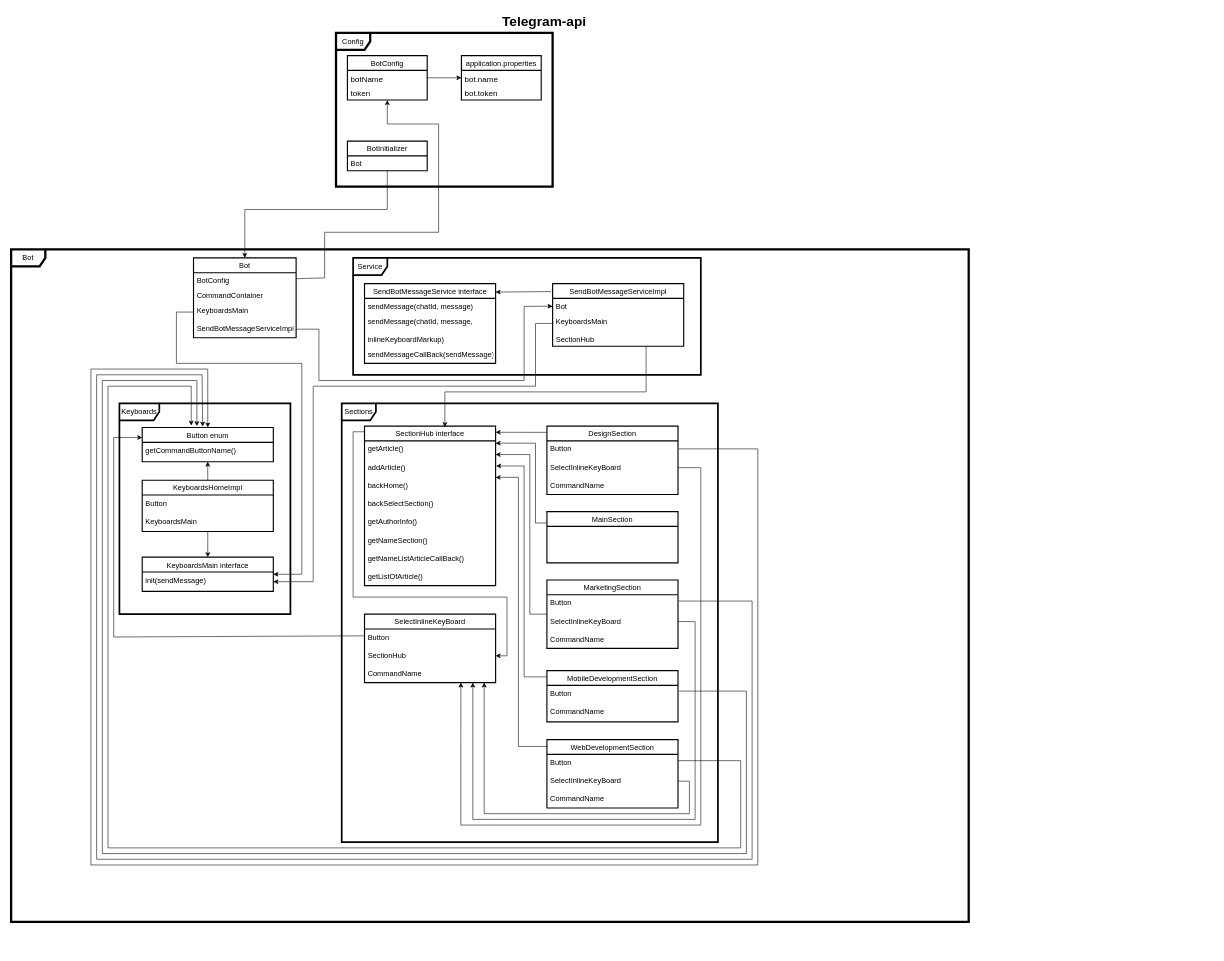
This is page "Telegram-Api Diagram" (2 of 2) of TeamDevelopmentDiagram.drawio from AlexeySapunov/DocTeamDev, a draw.io file, before an edit. Source tidied: cells renumbered, new cells numbered last; positions are measured from the earlier drawing's top-left corner, leaving out a move shared by most shapes. Both pictures are drawn from the tidied source at 57%, with x=0, y=0 at pixel (11, 10).
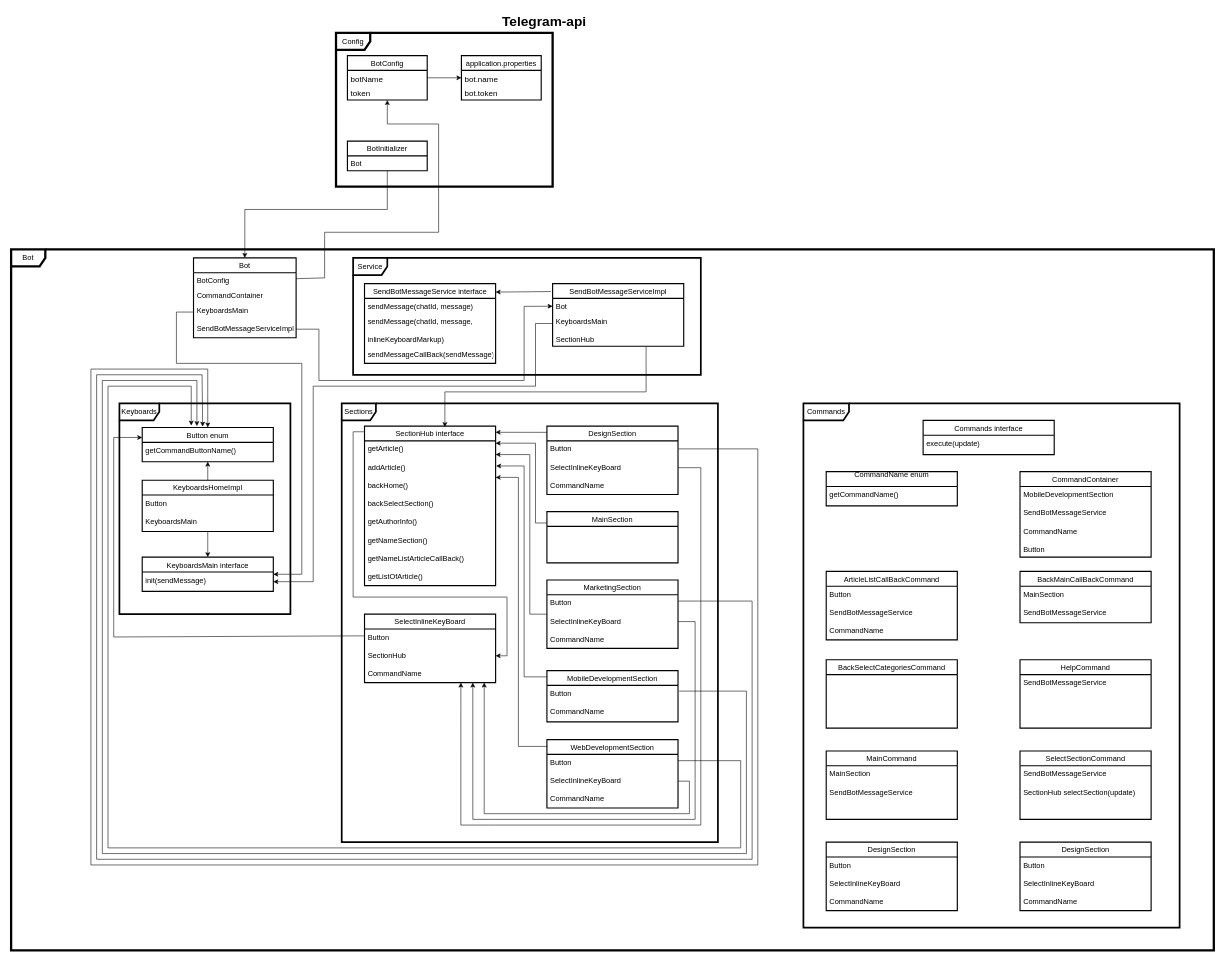
Above is the later version.

The edit, as a diff of the source:
```diff
@@
     <mxCell id="2" value="Bot" style="shape=umlFrame;whiteSpace=wrap;html=1;strokeWidth=4;fontFamily=Helvetica;fontSize=13;width=60;height=30;" parent="1" vertex="1">
-      <mxGeometry y="420" width="1680" height="1180" as="geometry" />
+      <mxGeometry y="420" width="2110" height="1230" as="geometry" />
     </mxCell>
@@
+    <mxCell id="70" value="Commands" style="shape=umlFrame;whiteSpace=wrap;html=1;strokeWidth=3;fontFamily=Helvetica;fontSize=13;width=80;height=30;" parent="1" vertex="1">
+      <mxGeometry x="1390" y="690" width="660" height="920" as="geometry" />
+    </mxCell>
+    <mxCell id="71" value="Commands interface&#10;" style="swimlane;fontStyle=0;horizontal=1;startSize=26;fillColor=none;strokeWidth=2;fontFamily=Helvetica;fontSize=13;verticalAlign=top;" parent="1" vertex="1">
+      <mxGeometry x="1600" y="720" width="230" height="60" as="geometry" />
+    </mxCell>
+    <mxCell id="72" value="execute(update)" style="text;strokeColor=none;fillColor=none;align=left;verticalAlign=top;spacingLeft=4;spacingRight=4;overflow=hidden;strokeWidth=1;fontFamily=Helvetica;fontSize=13;" parent="71" vertex="1">
+      <mxGeometry y="26" width="230" height="34" as="geometry" />
+    </mxCell>
+    <mxCell id="73" value="CommandContainer" style="swimlane;fontStyle=0;horizontal=1;startSize=26;fillColor=none;strokeWidth=2;fontFamily=Helvetica;fontSize=13;" parent="1" vertex="1">
+      <mxGeometry x="1770" y="810" width="230" height="150" as="geometry" />
+    </mxCell>
+    <mxCell id="74" value="MobileDevelopmentSection&#10;&#10;SendBotMessageService&#10;&#10;CommandName&#10;&#10;Button" style="text;strokeColor=none;fillColor=none;align=left;verticalAlign=top;spacingLeft=4;spacingRight=4;overflow=hidden;strokeWidth=1;fontFamily=Helvetica;fontSize=13;" parent="73" vertex="1">
+      <mxGeometry y="26" width="230" height="124" as="geometry" />
+    </mxCell>
+    <mxCell id="75" value="BackMainCallBackCommand" style="swimlane;fontStyle=0;horizontal=1;startSize=26;fillColor=none;strokeWidth=2;fontFamily=Helvetica;fontSize=13;" parent="1" vertex="1">
+      <mxGeometry x="1770" y="985" width="230" height="90" as="geometry" />
+    </mxCell>
+    <mxCell id="76" value="MainSection&#10;        &#10;SendBotMessageService&#10;&#10;        &#10;          " style="text;strokeColor=none;fillColor=none;align=left;verticalAlign=top;spacingLeft=4;spacingRight=4;overflow=hidden;strokeWidth=1;fontFamily=Helvetica;fontSize=13;" parent="75" vertex="1">
+      <mxGeometry y="26" width="230" height="64" as="geometry" />
+    </mxCell>
+    <mxCell id="77" value="HelpCommand" style="swimlane;fontStyle=0;horizontal=1;startSize=26;fillColor=none;strokeWidth=2;fontFamily=Helvetica;fontSize=13;" parent="1" vertex="1">
+      <mxGeometry x="1770" y="1140" width="230" height="120" as="geometry" />
+    </mxCell>
+    <mxCell id="78" value="SendBotMessageService&#10;        &#10;&#10;&#10;&#10;        &#10;          " style="text;strokeColor=none;fillColor=none;align=left;verticalAlign=top;spacingLeft=4;spacingRight=4;overflow=hidden;strokeWidth=1;fontFamily=Helvetica;fontSize=13;" parent="77" vertex="1">
+      <mxGeometry y="26" width="230" height="94" as="geometry" />
+    </mxCell>
+    <mxCell id="79" value="SelectSectionCommand" style="swimlane;fontStyle=0;horizontal=1;startSize=26;fillColor=none;strokeWidth=2;fontFamily=Helvetica;fontSize=13;" parent="1" vertex="1">
+      <mxGeometry x="1770" y="1300" width="230" height="120" as="geometry" />
+    </mxCell>
+    <mxCell id="80" value="SendBotMessageService&#10;&#10;SectionHub selectSection(update)" style="text;strokeColor=none;fillColor=none;align=left;verticalAlign=top;spacingLeft=4;spacingRight=4;overflow=hidden;strokeWidth=1;fontFamily=Helvetica;fontSize=13;" parent="79" vertex="1">
+      <mxGeometry y="26" width="230" height="94" as="geometry" />
+    </mxCell>
+    <mxCell id="81" value="CommandName enum&#10;" style="swimlane;fontStyle=0;horizontal=1;startSize=26;fillColor=none;strokeWidth=2;fontFamily=Helvetica;fontSize=13;" parent="1" vertex="1">
+      <mxGeometry x="1430" y="810" width="230" height="60" as="geometry" />
+    </mxCell>
+    <mxCell id="82" value="getCommandName()" style="text;strokeColor=none;fillColor=none;align=left;verticalAlign=top;spacingLeft=4;spacingRight=4;overflow=hidden;strokeWidth=1;fontFamily=Helvetica;fontSize=13;" parent="81" vertex="1">
+      <mxGeometry y="26" width="230" height="34" as="geometry" />
+    </mxCell>
+    <mxCell id="83" value="ArticleListCallBackCommand" style="swimlane;fontStyle=0;horizontal=1;startSize=26;fillColor=none;strokeWidth=2;fontFamily=Helvetica;fontSize=13;" parent="1" vertex="1">
+      <mxGeometry x="1430" y="985" width="230" height="120" as="geometry" />
+    </mxCell>
+    <mxCell id="84" value="    Button&#10;        &#10;SendBotMessageService&#10;&#10;CommandName        &#10;        &#10;          " style="text;strokeColor=none;fillColor=none;align=left;verticalAlign=top;spacingLeft=4;spacingRight=4;overflow=hidden;strokeWidth=1;fontFamily=Helvetica;fontSize=13;" parent="83" vertex="1">
+      <mxGeometry y="26" width="230" height="94" as="geometry" />
+    </mxCell>
+    <mxCell id="85" value="BackSelectCategoriesCommand" style="swimlane;fontStyle=0;horizontal=1;startSize=26;fillColor=none;strokeWidth=2;fontFamily=Helvetica;fontSize=13;" parent="1" vertex="1">
+      <mxGeometry x="1430" y="1140" width="230" height="120" as="geometry" />
+    </mxCell>
+    <mxCell id="86" value="MainCommand" style="swimlane;fontStyle=0;horizontal=1;startSize=26;fillColor=none;strokeWidth=2;fontFamily=Helvetica;fontSize=13;" parent="1" vertex="1">
+      <mxGeometry x="1430" y="1300" width="230" height="120" as="geometry" />
+    </mxCell>
+    <mxCell id="87" value="MainSection&#10;        &#10;SendBotMessageService&#10;&#10;        &#10;          " style="text;strokeColor=none;fillColor=none;align=left;verticalAlign=top;spacingLeft=4;spacingRight=4;overflow=hidden;strokeWidth=1;fontFamily=Helvetica;fontSize=13;" parent="86" vertex="1">
+      <mxGeometry y="26" width="230" height="94" as="geometry" />
+    </mxCell>
+    <mxCell id="88" value="DesignSection" style="swimlane;fontStyle=0;horizontal=1;startSize=26;fillColor=none;strokeWidth=2;fontFamily=Helvetica;fontSize=13;" parent="1" vertex="1">
+      <mxGeometry x="1430" y="1460" width="230" height="120" as="geometry" />
+    </mxCell>
+    <mxCell id="89" value="    Button&#10;        &#10;SelectInlineKeyBoard&#10;&#10;CommandName        &#10;        &#10;          " style="text;strokeColor=none;fillColor=none;align=left;verticalAlign=top;spacingLeft=4;spacingRight=4;overflow=hidden;strokeWidth=1;fontFamily=Helvetica;fontSize=13;" parent="88" vertex="1">
+      <mxGeometry y="26" width="230" height="94" as="geometry" />
+    </mxCell>
+    <mxCell id="90" value="DesignSection" style="swimlane;fontStyle=0;horizontal=1;startSize=26;fillColor=none;strokeWidth=2;fontFamily=Helvetica;fontSize=13;" parent="1" vertex="1">
+      <mxGeometry x="1770" y="1460" width="230" height="120" as="geometry" />
+    </mxCell>
+    <mxCell id="91" value="    Button&#10;        &#10;SelectInlineKeyBoard&#10;&#10;CommandName        &#10;        &#10;          " style="text;strokeColor=none;fillColor=none;align=left;verticalAlign=top;spacingLeft=4;spacingRight=4;overflow=hidden;strokeWidth=1;fontFamily=Helvetica;fontSize=13;" parent="90" vertex="1">
+      <mxGeometry y="26" width="230" height="94" as="geometry" />
+    </mxCell>
```
